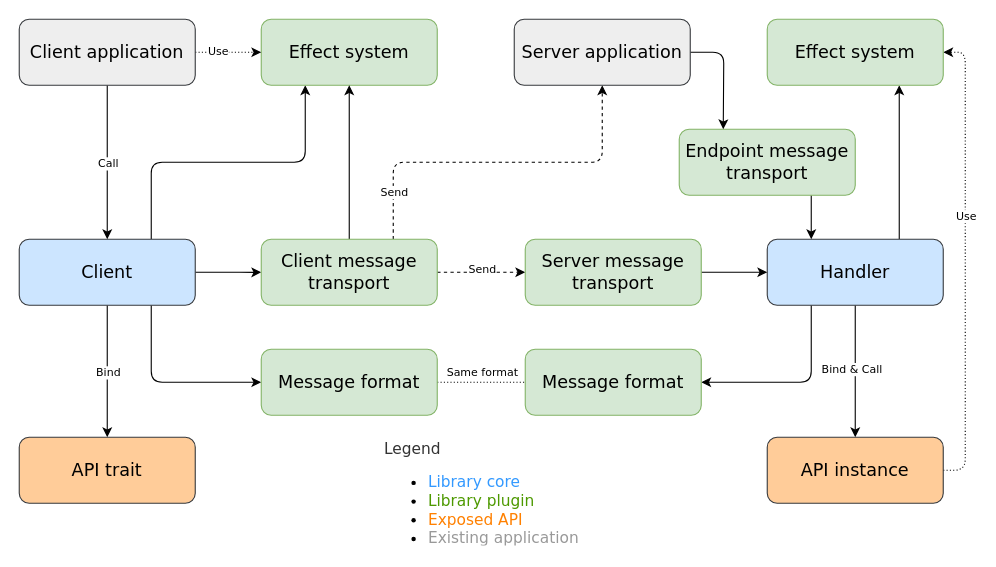
Above: doc/diagrams/architecture.drawio in martin-ockajak/automorph (draw.io), before the change. Source tidied: cells renumbered, new cells numbered last; positions are measured from the earlier drawing's top-left corner, leaving out a move shared by most shapes. Both pictures are drawn from the tidied source at 110%, with x=0, y=0 at pixel (19, 19).
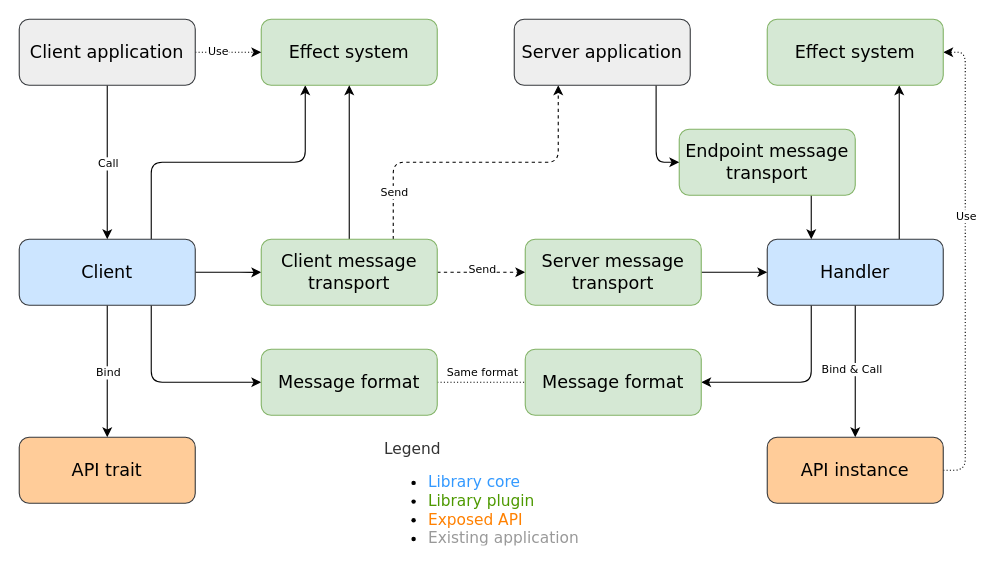
The same diagram, later.

The change refers to these unchanged cells:
```xml
<mxCell id="20" value="&lt;font style=&quot;font-size: 16px&quot;&gt;Client message transport&lt;/font&gt;" style="rounded=1;whiteSpace=wrap;html=1;fillColor=#d5e8d4;strokeColor=#82b366;fontFamily=Verdana;fontSize=16;" parent="1" vertex="1">
  <mxGeometry x="220" y="200" width="160" height="60" as="geometry" />
</mxCell>
<mxCell id="24" value="&lt;font style=&quot;font-size: 16px&quot;&gt;Endpoint message transport&lt;/font&gt;" style="rounded=1;whiteSpace=wrap;html=1;fillColor=#d5e8d4;strokeColor=#82b366;fontFamily=Verdana;fontSize=16;" parent="1" vertex="1">
  <mxGeometry x="600" y="100" width="160" height="60" as="geometry" />
</mxCell>
<mxCell id="29" value="&lt;font style=&quot;font-size: 16px&quot;&gt;Server application&lt;/font&gt;" style="rounded=1;whiteSpace=wrap;html=1;fillColor=#eeeeee;strokeColor=#36393d;fontFamily=Verdana;fontSize=16;" parent="1" vertex="1">
  <mxGeometry x="450" width="160" height="60" as="geometry" />
</mxCell>
```

Diff of the diagram source:
```diff
@@
-    <mxCell id="18" style="edgeStyle=orthogonalEdgeStyle;rounded=1;jettySize=auto;html=1;exitX=0.75;exitY=0;exitDx=0;exitDy=0;fontFamily=Verdana;fontSize=16;dashed=1;entryX=0.5;entryY=1;entryDx=0;entryDy=0;" parent="1" edge="1" source="20" target="29">
+    <mxCell id="18" style="edgeStyle=orthogonalEdgeStyle;rounded=1;jettySize=auto;html=1;exitX=0.75;exitY=0;exitDx=0;exitDy=0;fontFamily=Verdana;fontSize=16;dashed=1;entryX=0.25;entryY=1;entryDx=0;entryDy=0;" parent="1" edge="1" source="20" target="29">
       <mxGeometry relative="1" as="geometry">
         <Array as="points">
           <mxPoint x="340" y="130" />
-          <mxPoint x="530" y="130" />
+          <mxPoint x="490" y="130" />
         </Array>
       </mxGeometry>
     </mxCell>
@@
-    <mxCell id="28" style="edgeStyle=orthogonalEdgeStyle;rounded=1;jettySize=auto;html=1;exitX=1;exitY=0.5;exitDx=0;exitDy=0;fontFamily=Verdana;fontSize=16;strokeColor=#000000;" parent="1" edge="1" source="29">
-      <mxGeometry relative="1" as="geometry">
-        <mxPoint x="640" y="100" as="targetPoint" />
-      </mxGeometry>
+    <mxCell id="28" style="edgeStyle=orthogonalEdgeStyle;rounded=1;jettySize=auto;html=1;exitX=0.806;exitY=1;exitDx=0;exitDy=0;fontFamily=Verdana;fontSize=16;strokeColor=#000000;exitPerimeter=0;entryX=0;entryY=0.5;entryDx=0;entryDy=0;" parent="1" edge="1" source="29" target="24">
+      <mxGeometry relative="1" as="geometry" />
     </mxCell>
```
